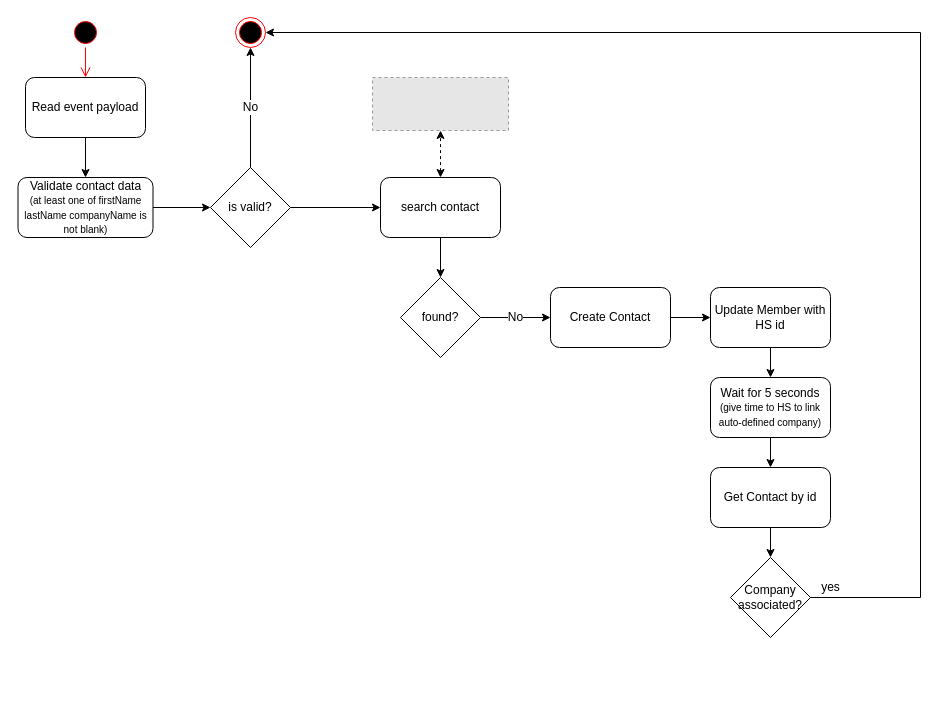
Before: workers/Untitled Diagram.drawio in CallLoop/CL2-diagrams, a draw.io diagram. Source tidied: cells renumbered, new cells numbered last; positions are measured from the earlier drawing's top-left corner, leaving out a move shared by most shapes. Both pictures are drawn from the tidied source at 100%, with x=0, y=0 at pixel (18, 17). Pictures stored in the file or linked from it are replaced by grey dashed boxes.
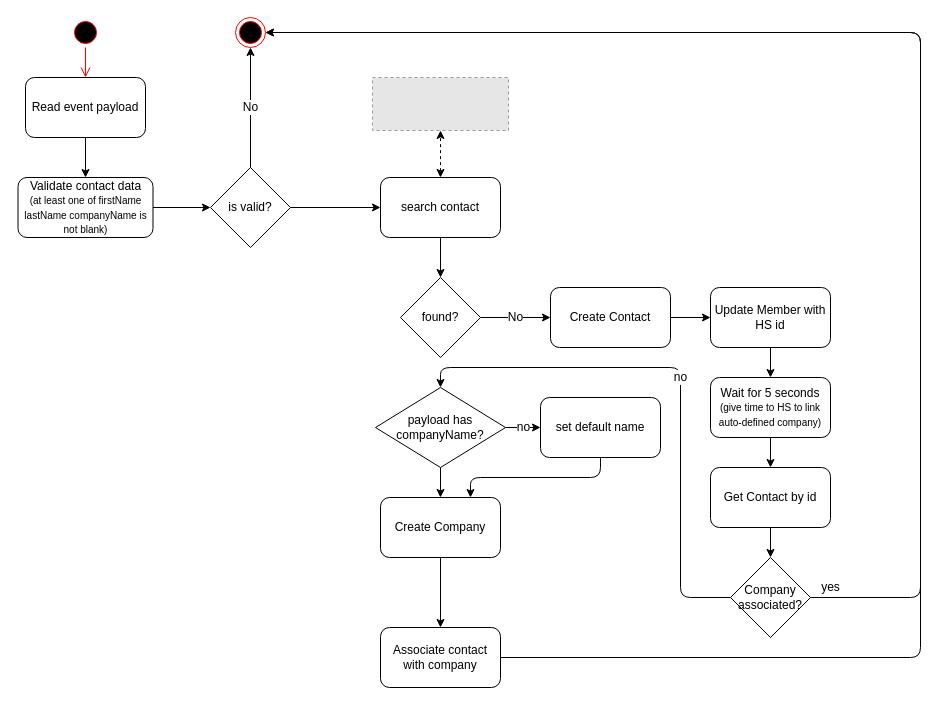
Above is the later version.

The change refers to these unchanged cells:
```xml
<mxCell id="11" style="ellipse;html=1;shape=endState;fillColor=#000000;strokeColor=#ff0000;fontSize=12;" parent="1" vertex="1">
  <mxGeometry x="217" width="30" height="30" as="geometry" />
</mxCell>
<mxCell id="26" value="Company&lt;br&gt;associated?" style="rhombus;whiteSpace=wrap;html=1;fontSize=12;" parent="1" vertex="1">
  <mxGeometry x="712" y="540" width="80" height="80" as="geometry" />
</mxCell>
```

What changed in the source:
```diff
@@
-    <mxCell id="25" value="yes" style="edgeStyle=orthogonalEdgeStyle;rounded=0;jettySize=auto;html=1;exitX=1;exitY=0.5;exitDx=0;exitDy=0;entryX=1;entryY=0.5;entryDx=0;entryDy=0;fontSize=12;startArrow=none;startFill=0;" parent="1" edge="1" source="26" target="11">
+    <mxCell id="25" value="yes" style="edgeStyle=orthogonalEdgeStyle;rounded=1;jettySize=auto;html=1;exitX=1;exitY=0.5;exitDx=0;exitDy=0;entryX=1;entryY=0.5;entryDx=0;entryDy=0;fontSize=12;startArrow=none;startFill=0;" parent="1" edge="1" source="26" target="11">
       <mxGeometry x="-0.97" y="10" relative="1" as="geometry">
         <Array as="points">
           <mxPoint x="902" y="580" />
           <mxPoint x="902" y="15" />
         </Array>
       </mxGeometry>
     </mxCell>
+    <mxCell id="28" value="no" style="edgeStyle=orthogonalEdgeStyle;rounded=1;jettySize=auto;html=1;exitX=0;exitY=0.5;exitDx=0;exitDy=0;fontSize=12;startArrow=none;startFill=0;entryX=0.5;entryY=0;entryDx=0;entryDy=0;" parent="1" edge="1" source="26" target="31">
+      <mxGeometry relative="1" as="geometry">
+        <Array as="points">
+          <mxPoint x="662" y="580" />
+          <mxPoint x="662" y="350" />
+          <mxPoint x="422" y="350" />
+        </Array>
+      </mxGeometry>
+    </mxCell>
@@
+    <mxCell id="29" value="no" style="edgeStyle=orthogonalEdgeStyle;rounded=1;jettySize=auto;html=1;exitX=1;exitY=0.5;exitDx=0;exitDy=0;entryX=0;entryY=0.5;entryDx=0;entryDy=0;fontSize=12;startArrow=none;startFill=0;" parent="1" edge="1" source="31" target="33">
+      <mxGeometry relative="1" as="geometry" />
+    </mxCell>
+    <mxCell id="30" style="edgeStyle=orthogonalEdgeStyle;rounded=1;jettySize=auto;html=1;exitX=0.5;exitY=1;exitDx=0;exitDy=0;entryX=0.5;entryY=0;entryDx=0;entryDy=0;fontSize=12;startArrow=none;startFill=0;" parent="1" edge="1" source="31" target="35">
+      <mxGeometry relative="1" as="geometry" />
+    </mxCell>
+    <mxCell id="31" value="payload has companyName?" style="rhombus;whiteSpace=wrap;html=1;fontSize=12;" parent="1" vertex="1">
+      <mxGeometry x="357" y="370" width="130" height="80" as="geometry" />
+    </mxCell>
+    <mxCell id="32" style="edgeStyle=orthogonalEdgeStyle;rounded=1;jettySize=auto;html=1;exitX=0.5;exitY=1;exitDx=0;exitDy=0;entryX=0.75;entryY=0;entryDx=0;entryDy=0;fontSize=12;startArrow=none;startFill=0;" parent="1" edge="1" source="33" target="35">
+      <mxGeometry relative="1" as="geometry" />
+    </mxCell>
+    <mxCell id="33" value="set default name" style="rounded=1;whiteSpace=wrap;html=1;fontSize=12;" parent="1" vertex="1">
+      <mxGeometry x="522" y="380" width="120" height="60" as="geometry" />
+    </mxCell>
+    <mxCell id="34" style="edgeStyle=orthogonalEdgeStyle;rounded=1;jettySize=auto;html=1;exitX=0.5;exitY=1;exitDx=0;exitDy=0;entryX=0.5;entryY=0;entryDx=0;entryDy=0;fontSize=12;startArrow=none;startFill=0;" parent="1" edge="1" source="35" target="37">
+      <mxGeometry relative="1" as="geometry" />
+    </mxCell>
+    <mxCell id="35" value="Create Company" style="rounded=1;whiteSpace=wrap;html=1;fontSize=12;" parent="1" vertex="1">
+      <mxGeometry x="362" y="480" width="120" height="60" as="geometry" />
+    </mxCell>
+    <mxCell id="36" style="edgeStyle=orthogonalEdgeStyle;rounded=1;jettySize=auto;html=1;exitX=1;exitY=0.5;exitDx=0;exitDy=0;entryX=1;entryY=0.5;entryDx=0;entryDy=0;fontSize=12;startArrow=none;startFill=0;" parent="1" edge="1" source="37" target="11">
+      <mxGeometry relative="1" as="geometry">
+        <Array as="points">
+          <mxPoint x="902" y="640" />
+          <mxPoint x="902" y="15" />
+        </Array>
+      </mxGeometry>
+    </mxCell>
+    <mxCell id="37" value="Associate contact with company" style="rounded=1;whiteSpace=wrap;html=1;fontSize=12;" parent="1" vertex="1">
+      <mxGeometry x="362" y="610" width="120" height="60" as="geometry" />
+    </mxCell>
```
